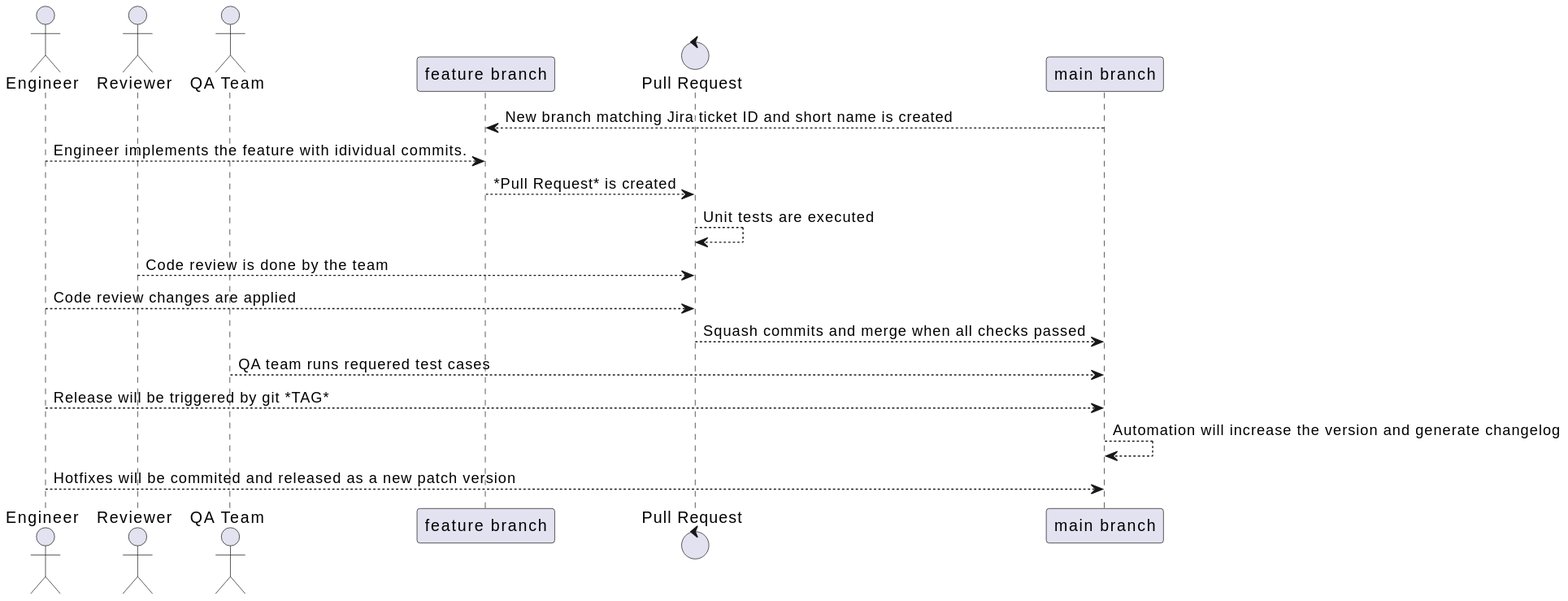
Earlier version of the PlantUML export svg/fe-workflow-and-release.svg (mangata-finance/diagrams).
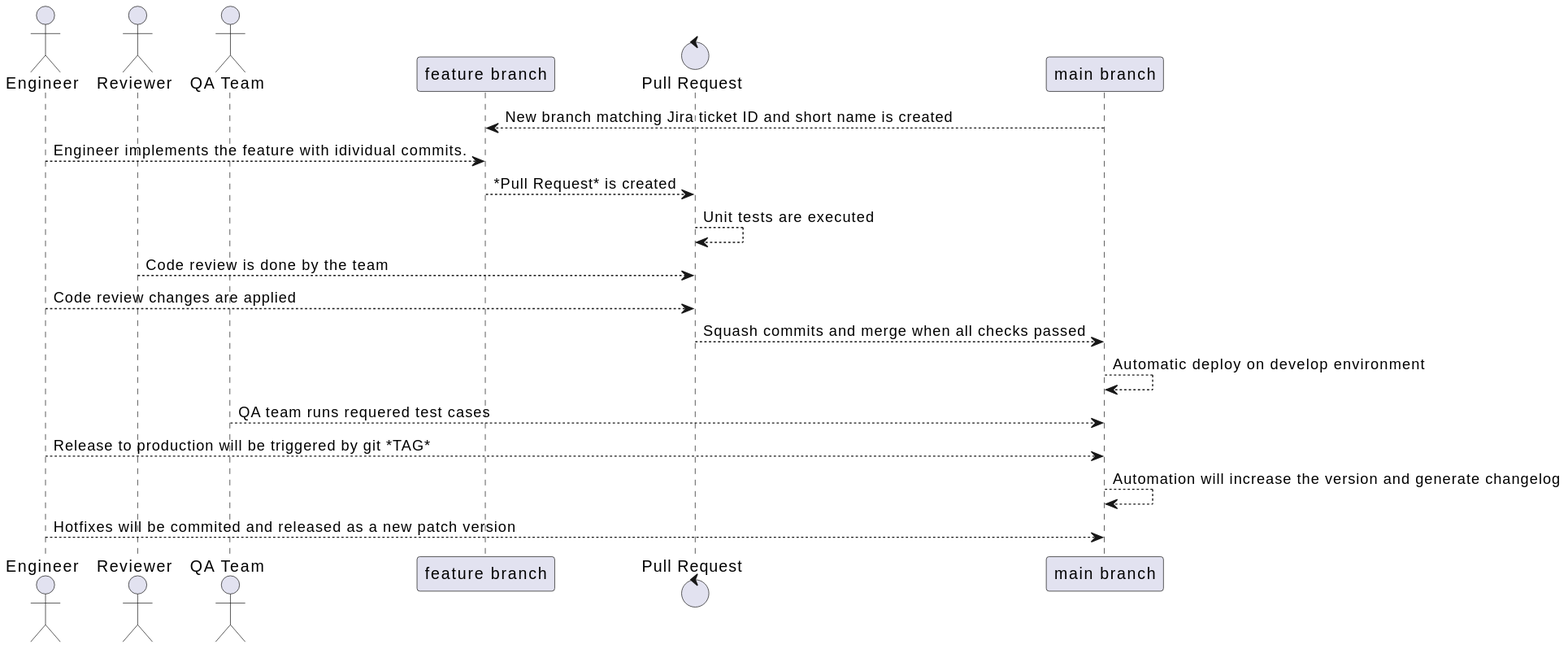
After the commit.

Diff of the diagram source:
```diff
@@ -13,8 +13,9 @@
 review --> pr: Code review is done by the team
 dev --> pr: Code review changes are applied
 pr --> main: Squash commits and merge when all checks passed
+main --> main: Automatic deploy on develop environment
 qa --> main: QA team runs requered test cases
-dev --> main: Release will be triggered by git *TAG*
+dev --> main: Release to production will be triggered by git *TAG*
 main --> main: Automation will increase the version and generate changelog
 dev --> main: Hotfixes will be commited and released as a new patch version
 @enduml
```
